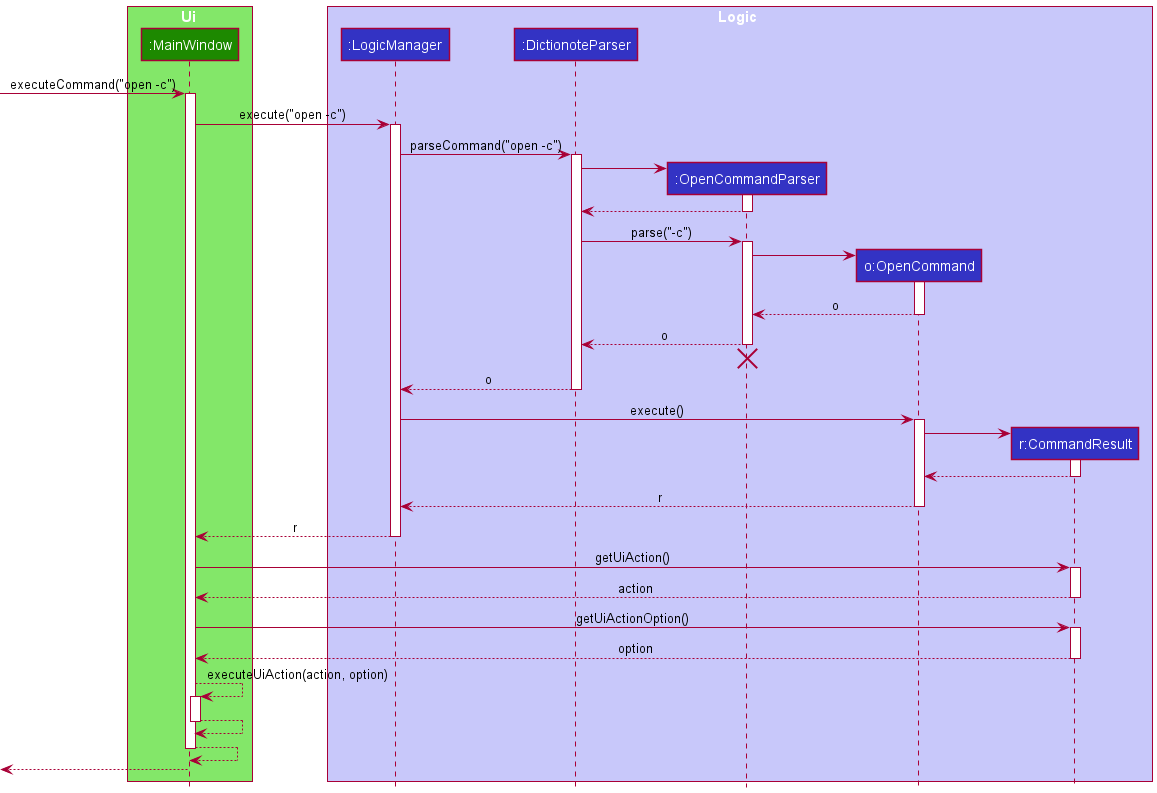
Before: docs/images/OpenCommandSequenceDiagram.png, a diagram exported from PlantUML (nus-cs2103-AY2021S2/tp).
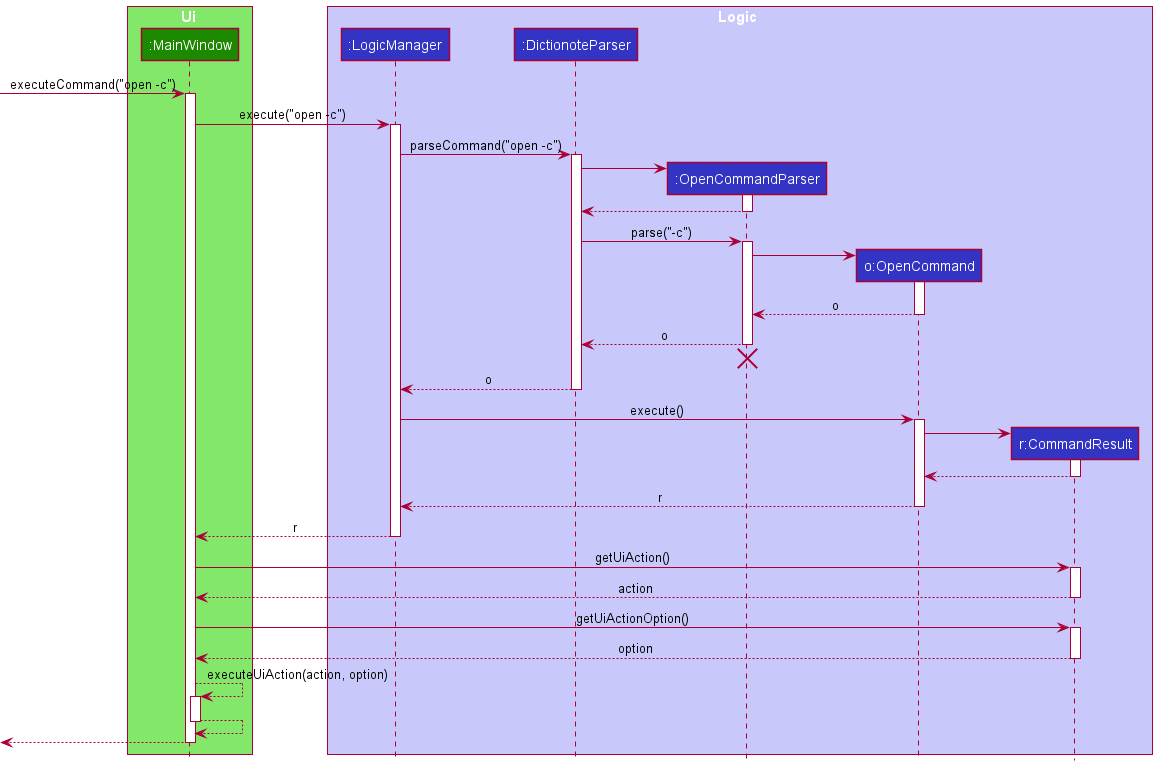
Above is the later version.

Commit message:
Fix error in diagram

Diff of the diagram source:
```diff
@@ -87,8 +87,6 @@
 deactivate MainWindow
 
 
-MainWindow --> MainWindow
-deactivate MainWindow
 
 [<--MainWindow
 deactivate MainWindow
```
